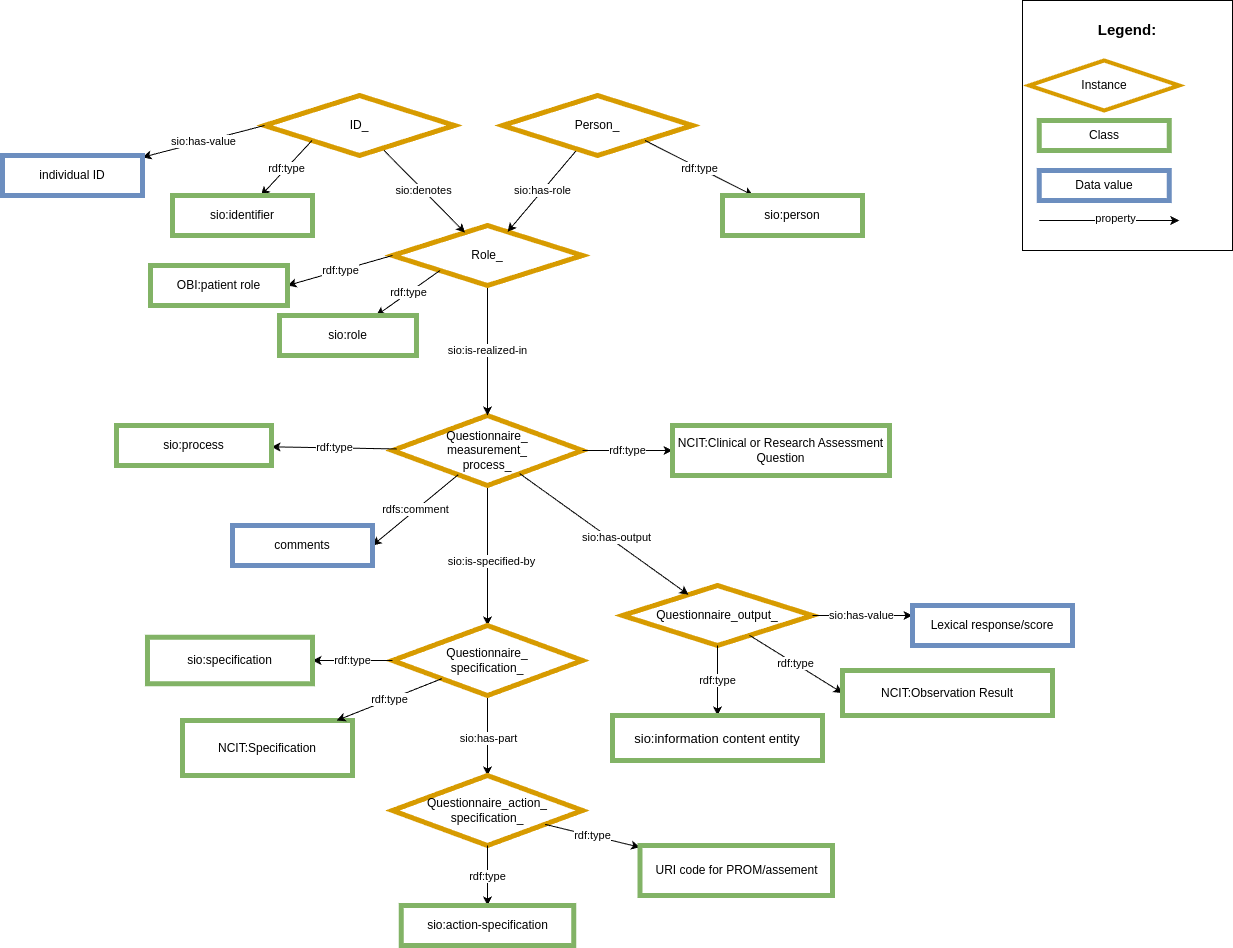
Earlier version of the draw.io export images/CARE-SM-Questionnaire.png (CARE-SM/CARE-Semantic-Model). Source tidied: cells renumbered, new cells last; positions are measured from the earlier drawing's top-left corner, leaving out a move shared by most shapes.
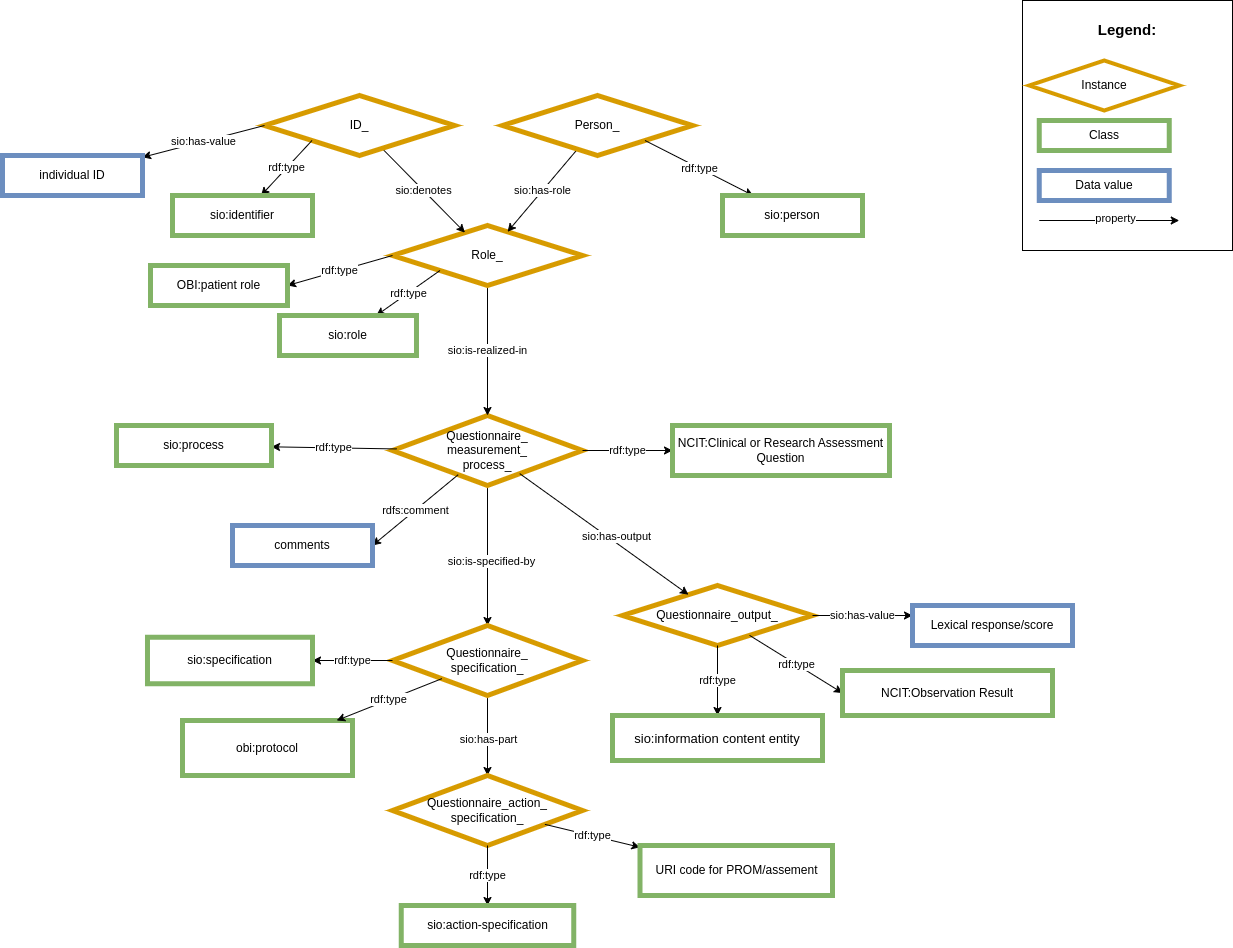
After the commit.

Commit message:
obi:protocol and surgery specification

Diff of the diagram source:
```diff
@@ -159,7 +159,7 @@
     <mxCell id="51" value="URI code for PROM/assement" style="whiteSpace=wrap;html=1;fillColor=#FFFFFF;strokeColor=#82b366;strokeWidth=5;" parent="1" vertex="1">
       <mxGeometry x="637.5" y="845" width="192.5" height="50" as="geometry" />
     </mxCell>
-    <mxCell id="52" value="NCIT:Specification" style="whiteSpace=wrap;html=1;fillColor=#FFFFFF;strokeColor=#82b366;strokeWidth=5;" parent="1" vertex="1">
+    <mxCell id="52" value="obi:protocol" style="whiteSpace=wrap;html=1;fillColor=#FFFFFF;strokeColor=#82b366;strokeWidth=5;" parent="1" vertex="1">
       <mxGeometry x="180" y="720" width="170" height="55" as="geometry" />
     </mxCell>
     <mxCell id="53" value="rdf:type" style="edgeStyle=none;rounded=0;jettySize=auto;html=1;" parent="1" edge="1" source="44" target="52">
```
